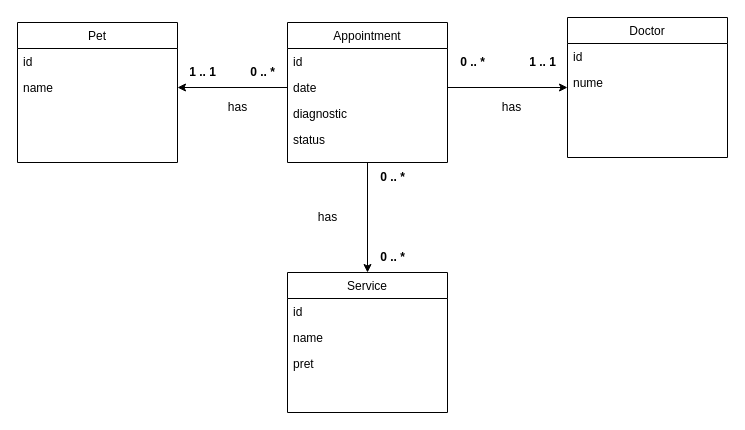
Earlier version of the draw.io diagram class_diagram.drawio (varaticalexandru/vet-manager-api). Source tidied: cells renumbered, new cells numbered last; positions are measured from the earlier drawing's top-left corner, leaving out a move shared by most shapes. Both pictures are drawn from the tidied source at 100%, with x=0, y=0 at pixel (17, 17).
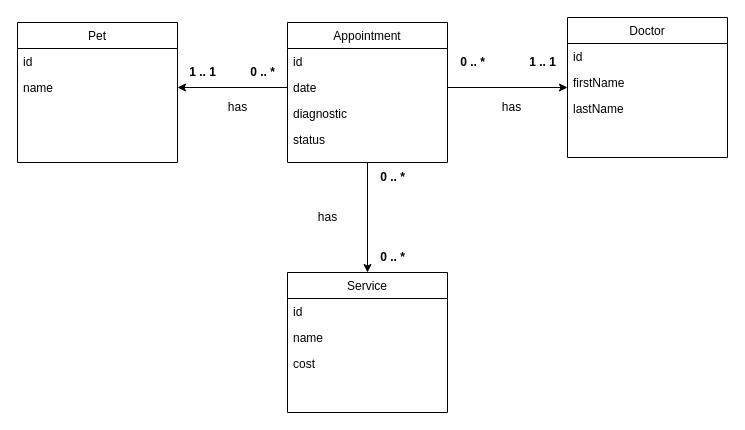
The same diagram, later.

Commit message:
add class diagram

Unchanged cells that the change refers to:
```xml
<mxCell id="8" value="Doctor" style="swimlane;fontStyle=0;align=center;verticalAlign=top;horizontal=1;startSize=26;rounded=0;shadow=0;strokeWidth=1;" parent="1" vertex="1">
  <mxGeometry x="550" width="160" height="140" as="geometry" />
</mxCell>
<mxCell id="14" value="Service" style="swimlane;fontStyle=0;align=center;verticalAlign=top;horizontal=1;startSize=26;rounded=0;shadow=0;strokeWidth=1;" parent="1" vertex="1">
  <mxGeometry x="270" y="255" width="160" height="140" as="geometry" />
</mxCell>
```

The edit, as a diff of the source:
```diff
@@
-    <mxCell id="10" value="nume" style="text;align=left;verticalAlign=top;spacingLeft=4;spacingRight=4;overflow=hidden;rounded=0;shadow=0;html=0;" parent="8" vertex="1">
+    <mxCell id="10" value="firstName" style="text;align=left;verticalAlign=top;spacingLeft=4;spacingRight=4;overflow=hidden;rounded=0;shadow=0;html=0;" parent="8" vertex="1">
       <mxGeometry y="52" width="160" height="26" as="geometry" />
     </mxCell>
+    <mxCell id="29" value="lastName" style="text;align=left;verticalAlign=top;spacingLeft=4;spacingRight=4;overflow=hidden;rounded=0;shadow=0;html=0;" parent="8" vertex="1">
+      <mxGeometry y="78" width="160" height="26" as="geometry" />
+    </mxCell>
@@
-    <mxCell id="17" value="pret" style="text;align=left;verticalAlign=top;spacingLeft=4;spacingRight=4;overflow=hidden;rounded=0;shadow=0;html=0;" parent="14" vertex="1">
+    <mxCell id="17" value="cost" style="text;align=left;verticalAlign=top;spacingLeft=4;spacingRight=4;overflow=hidden;rounded=0;shadow=0;html=0;" parent="14" vertex="1">
       <mxGeometry y="78" width="160" height="26" as="geometry" />
     </mxCell>
```
